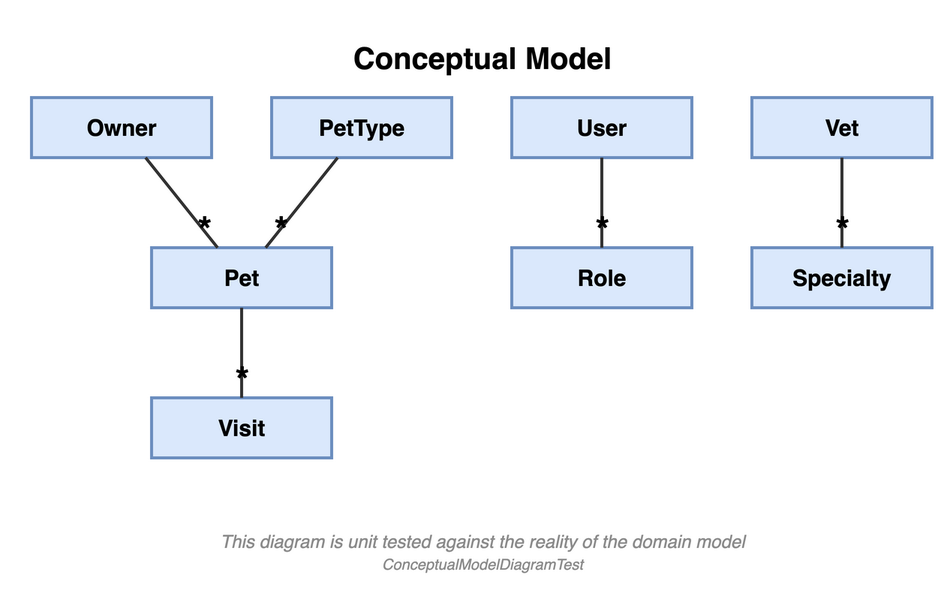
Earlier version of the draw.io export petclinic-backend/docs/ConceptualModel.drawio.png (victorrentea/petclinic). Source tidied: cells renumbered, new cells last; positions are measured from the earlier drawing's top-left corner, leaving out a move shared by most shapes.
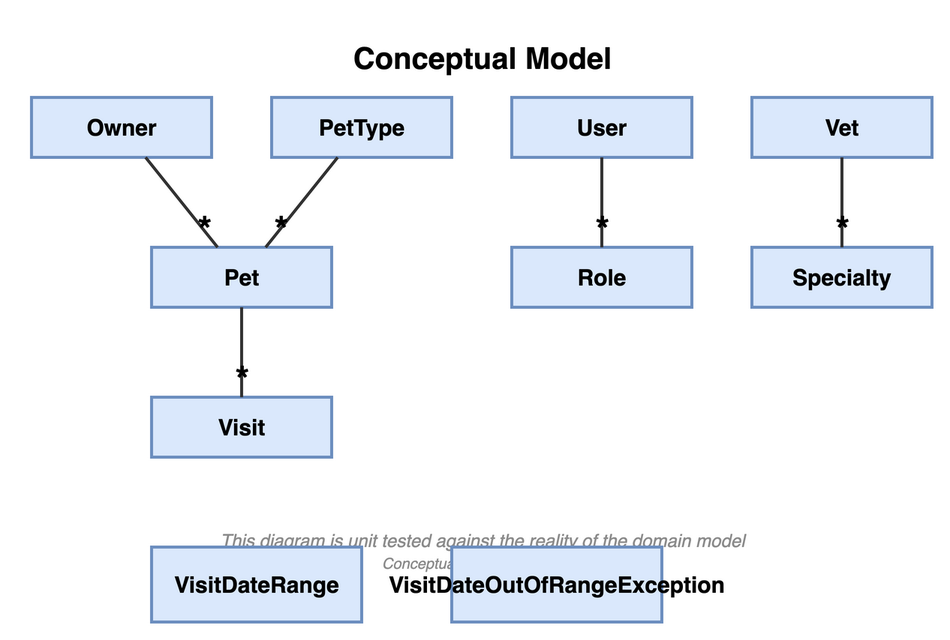
Above is the later version.

What changed in the source:
```diff
@@ -62,5 +62,11 @@
     <mxCell id="21" value="This diagram is unit tested against the reality of the domain model&lt;br&gt;&lt;font style=&quot;font-size: 10px&quot;&gt;ConceptualModelDiagramTest&lt;/font&gt;" style="text;html=1;fontSize=12;fontStyle=2;align=center;verticalAlign=middle;fontColor=#8C8C8C;" parent="1" vertex="1">
       <mxGeometry y="330" width="600" height="36" as="geometry" />
     </mxCell>
+    <mxCell id="22" value="VisitDateOutOfRangeException" style="rounded=0;whiteSpace=wrap;html=1;fillColor=#dae8fc;strokeColor=#6c8ebf;strokeWidth=2;fontSize=15;fontStyle=1;" parent="1" vertex="1">
+      <mxGeometry x="280" y="345" width="140" height="50" as="geometry" />
+    </mxCell>
+    <mxCell id="23" value="VisitDateRange" style="rounded=0;whiteSpace=wrap;html=1;fillColor=#dae8fc;strokeColor=#6c8ebf;strokeWidth=2;fontSize=15;fontStyle=1;" parent="1" vertex="1">
+      <mxGeometry x="80" y="345" width="140" height="50" as="geometry" />
+    </mxCell>
   </root>
 </mxGraphModel>
```
